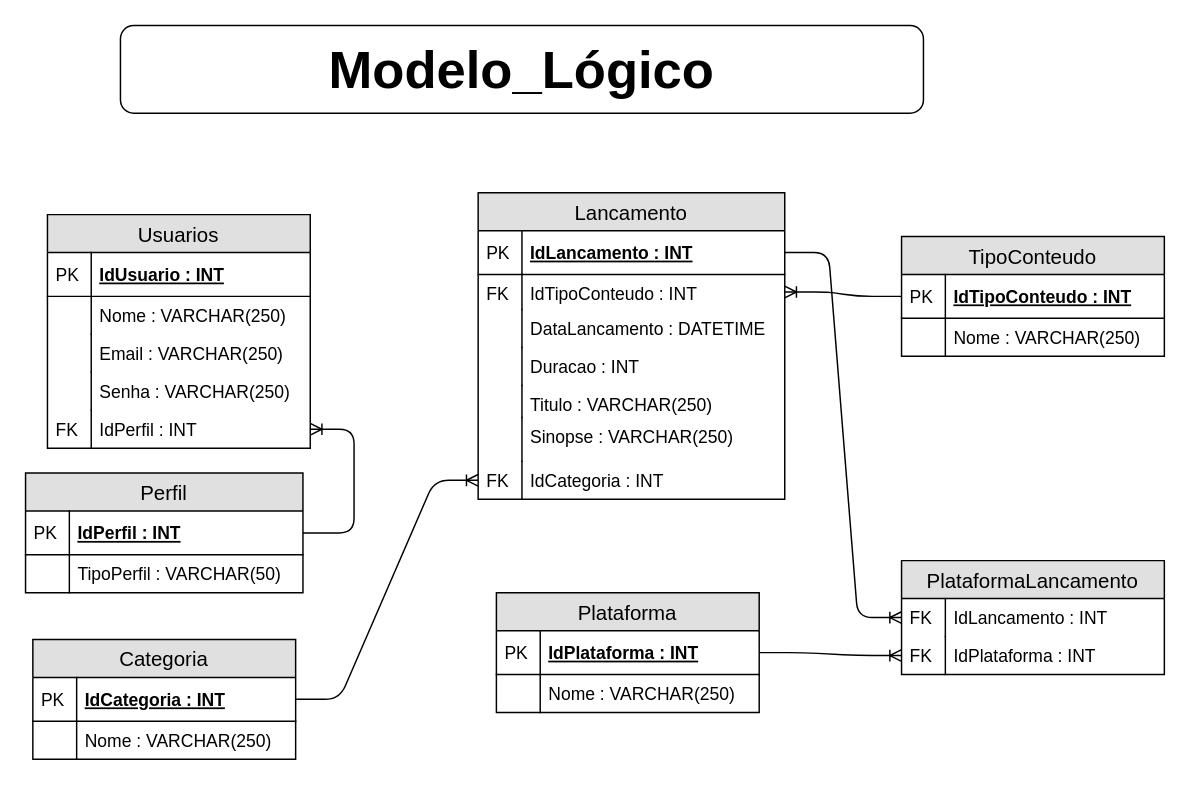
Above: page "Lógico" (2 of 2) of OPFLIX/Modelagem/T_Diagrama.drawio in amador2014/2s2019-sprint-1-bd (draw.io), before the change. Source tidied: cells renumbered, new cells numbered last; positions are measured from the earlier drawing's top-left corner, leaving out a move shared by most shapes. Both pictures are drawn from the tidied source at 146%, with x=0, y=0 at pixel (25, 25).
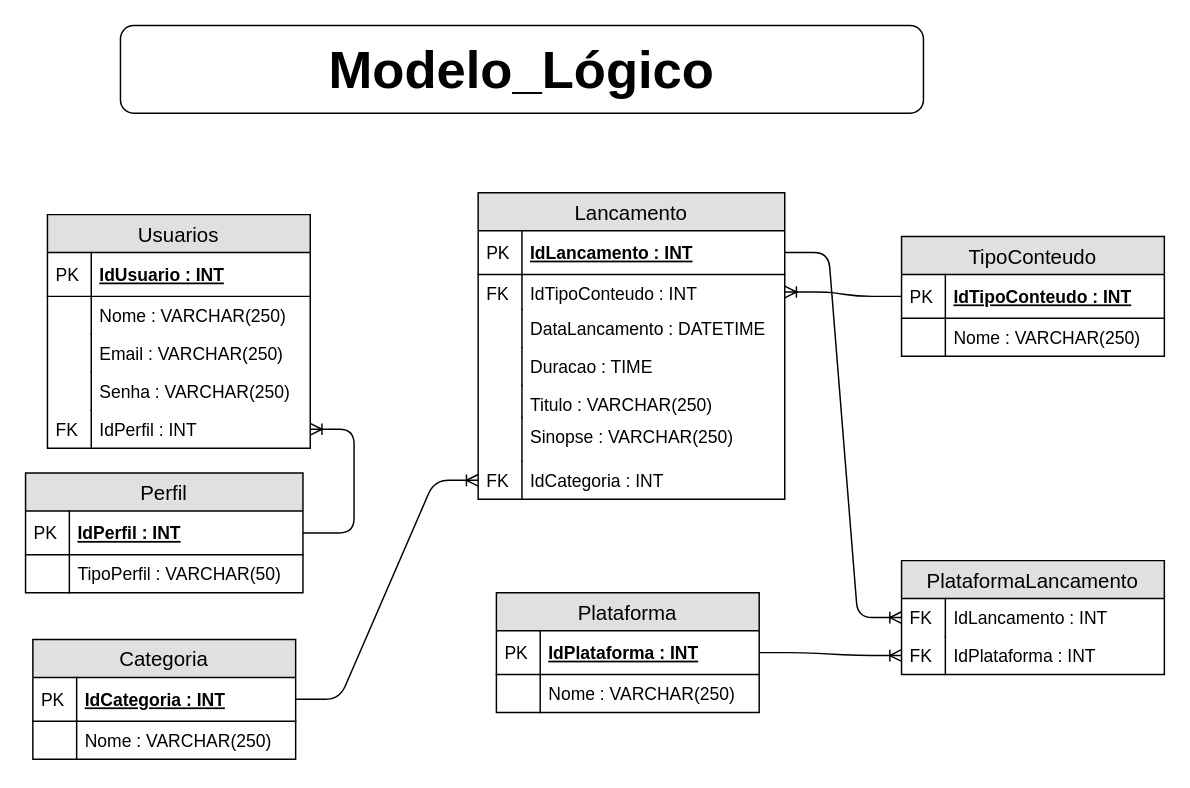
The same page after the edit.

Unchanged cells that the change refers to:
```xml
<mxCell id="20" value="Lancamento" style="swimlane;fontStyle=0;horizontal=1;startSize=26;fillColor=#e0e0e0;swimlaneFillColor=#ffffff;align=center;fontSize=14;" parent="1" vertex="1">
  <mxGeometry x="310" y="114.5" width="210" height="210" as="geometry" />
</mxCell>
```

What changed in the source:
```diff
@@
-    <mxCell id="27" value="Duracao : INT" style="shape=partialRectangle;top=0;left=0;right=0;bottom=0;align=left;verticalAlign=top;fillColor=none;spacingLeft=34;spacingRight=4;overflow=hidden;fontSize=12;" parent="20" vertex="1">
+    <mxCell id="27" value="Duracao : TIME" style="shape=partialRectangle;top=0;left=0;right=0;bottom=0;align=left;verticalAlign=top;fillColor=none;spacingLeft=34;spacingRight=4;overflow=hidden;fontSize=12;" parent="20" vertex="1">
       <mxGeometry y="106" width="210" height="26" as="geometry" />
     </mxCell>
```
